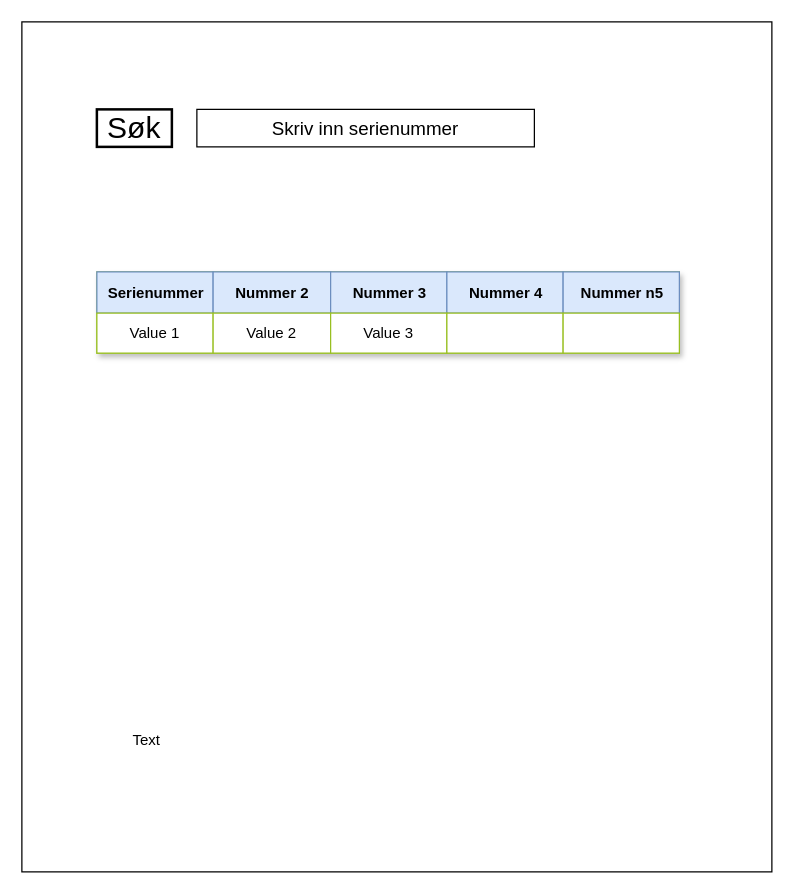
Above: Forsvaret_interface.drawio in MathiasThoresenPaasche/draw_io (draw.io), before the change. Source tidied: cells renumbered, new cells numbered last; positions are measured from the earlier drawing's top-left corner, leaving out a move shared by most shapes. Both pictures are drawn from the tidied source at 125%, with x=0, y=0 at pixel (21, 21).
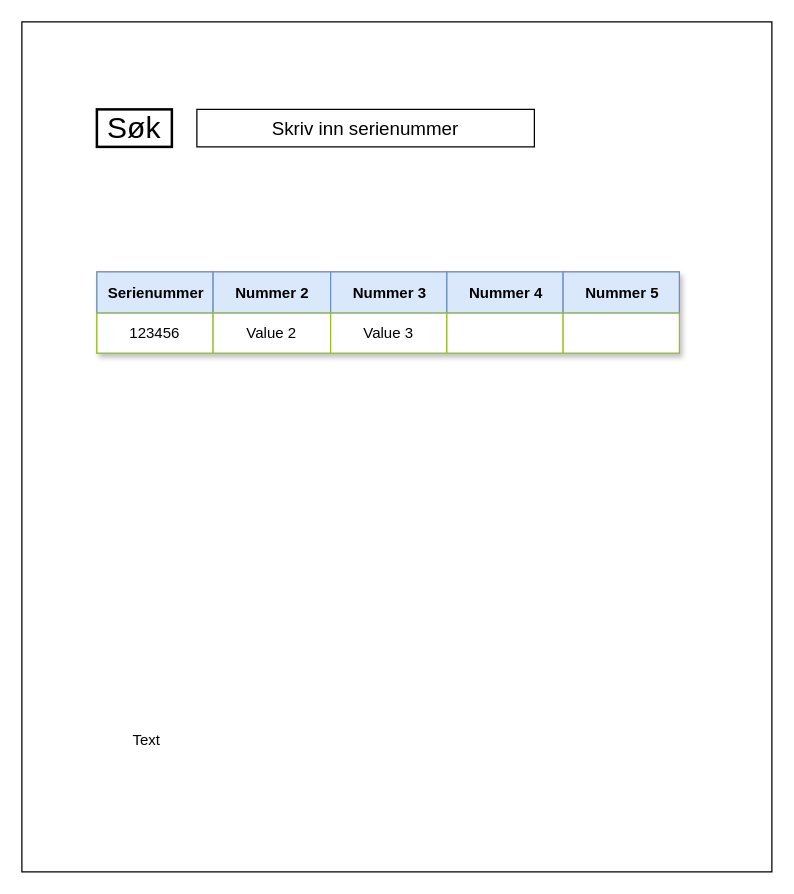
The same page after the edit.

The edit, as a diff of the source:
```diff
@@
 <mxGraphModel>
   <root>
     <mxCell id="0" />
     <mxCell id="1" parent="0" />
     <mxCell id="2" style="rounded=0;whiteSpace=wrap;html=1;" parent="1" vertex="1">
       <mxGeometry width="600" height="680" as="geometry" />
     </mxCell>
     <mxCell id="3" value="&lt;font style=&quot;font-size: 24px;&quot;&gt;Søk&lt;/font&gt;" style="text;html=1;strokeColor=default;fillColor=none;align=center;verticalAlign=middle;whiteSpace=wrap;rounded=0;strokeWidth=2;" parent="1" vertex="1">
       <mxGeometry x="60" y="70" width="60" height="30" as="geometry" />
     </mxCell>
     <mxCell id="4" value="&lt;font style=&quot;font-size: 15px;&quot;&gt;Skriv inn serienummer&lt;br&gt;&lt;/font&gt;" style="text;html=1;strokeColor=default;fillColor=none;align=center;verticalAlign=middle;whiteSpace=wrap;rounded=0;" parent="1" vertex="1">
       <mxGeometry x="140" y="70" width="270" height="30" as="geometry" />
     </mxCell>
     <mxCell id="5" value="Text" style="text;html=1;strokeColor=none;fillColor=none;align=center;verticalAlign=middle;whiteSpace=wrap;rounded=0;" parent="1" vertex="1">
       <mxGeometry x="70" y="560" width="60" height="30" as="geometry" />
     </mxCell>
     <mxCell id="6" value="Assets" style="childLayout=tableLayout;strokeColor=#98bf21;fillColor=#A7C942;shadow=1;" parent="1" vertex="1">
       <mxGeometry x="60" y="200" width="466" height="65" as="geometry" />
     </mxCell>
     <mxCell id="7" style="shape=tableRow;horizontal=0;startSize=0;swimlaneHead=0;swimlaneBody=0;top=0;left=0;bottom=0;right=0;fontStyle=0;strokeColor=#6c8ebf;fillColor=#dae8fc;" parent="6" vertex="1">
       <mxGeometry width="466" height="33" as="geometry" />
     </mxCell>
     <mxCell id="8" value="Serienummer" style="strokeColor=#6c8ebf;fillColor=#dae8fc;align=center;fontStyle=1;html=1;" parent="7" vertex="1">
       <mxGeometry width="93" height="33" as="geometry" />
     </mxCell>
     <mxCell id="9" value="Nummer 2" style="strokeColor=#6c8ebf;fillColor=#dae8fc;align=center;fontStyle=1;html=1;" parent="7" vertex="1">
       <mxGeometry x="93" width="94" height="33" as="geometry" />
     </mxCell>
     <mxCell id="10" value="Nummer 3" style="strokeColor=#6c8ebf;fillColor=#dae8fc;align=center;fontStyle=1;html=1;" parent="7" vertex="1">
       <mxGeometry x="187" width="93" height="33" as="geometry" />
     </mxCell>
     <mxCell id="11" value="Nummer 4" style="strokeColor=#6c8ebf;fillColor=#dae8fc;align=center;fontStyle=1;html=1;" parent="7" vertex="1">
       <mxGeometry x="280" width="93" height="33" as="geometry" />
     </mxCell>
-    <mxCell id="12" value="Nummer n5" style="strokeColor=#6c8ebf;fillColor=#dae8fc;align=center;fontStyle=1;html=1;" parent="7" vertex="1">
+    <mxCell id="12" value="Nummer 5" style="strokeColor=#6c8ebf;fillColor=#dae8fc;align=center;fontStyle=1;html=1;" parent="7" vertex="1">
       <mxGeometry x="373" width="93" height="33" as="geometry" />
     </mxCell>
     <mxCell id="13" style="shape=tableRow;horizontal=0;startSize=0;swimlaneHead=0;swimlaneBody=0;top=0;left=0;bottom=0;right=0;fontStyle=0;strokeColor=inherit;fillColor=#ffffff;" parent="6" vertex="1">
       <mxGeometry y="33" width="466" height="32" as="geometry" />
     </mxCell>
-    <mxCell id="14" value="Value 1" style="strokeColor=inherit;fillColor=inherit;align=center;whiteSpace=wrap;html=1;" parent="13" vertex="1">
+    <mxCell id="14" value="123456" style="strokeColor=inherit;fillColor=inherit;align=center;whiteSpace=wrap;html=1;" parent="13" vertex="1">
       <mxGeometry width="93" height="32" as="geometry" />
     </mxCell>
     <mxCell id="15" value="Value 2" style="strokeColor=inherit;fillColor=inherit;align=center;whiteSpace=wrap;html=1;" parent="13" vertex="1">
       <mxGeometry x="93" width="94" height="32" as="geometry" />
     </mxCell>
     <mxCell id="16" value="Value 3" style="strokeColor=inherit;fillColor=inherit;align=center;whiteSpace=wrap;html=1;" parent="13" vertex="1">
       <mxGeometry x="187" width="93" height="32" as="geometry" />
     </mxCell>
     <mxCell id="17" style="strokeColor=inherit;fillColor=inherit;align=center;whiteSpace=wrap;html=1;" parent="13" vertex="1">
       <mxGeometry x="280" width="93" height="32" as="geometry" />
     </mxCell>
     <mxCell id="18" style="strokeColor=inherit;fillColor=inherit;align=center;whiteSpace=wrap;html=1;" parent="13" vertex="1">
       <mxGeometry x="373" width="93" height="32" as="geometry" />
     </mxCell>
   </root>
 </mxGraphModel>
```
